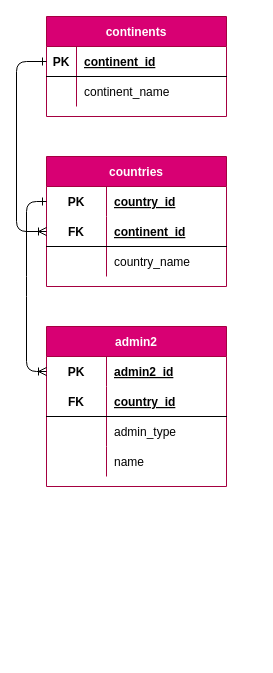
Before: page "model" (2 of 2) of mundo_ER.drawio in r3card0/mundo-octo-potato, a draw.io diagram. Source tidied: cells renumbered, new cells numbered last; positions are measured from the earlier drawing's top-left corner, leaving out a move shared by most shapes. Both pictures are drawn from the tidied source at 100%, with x=0, y=0 at pixel (16, 16).
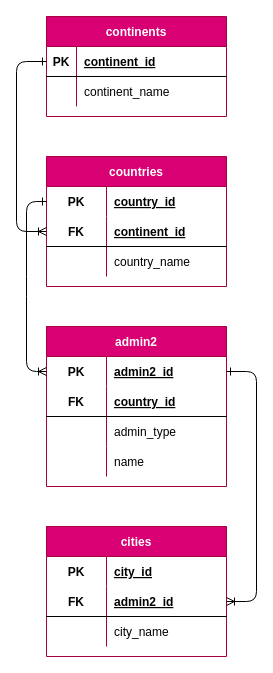
The same page after the edit.

Commit message:
cities model added

The change refers to these unchanged cells:
```xml
<mxCell id="20" style="shape=partialRectangle;fillColor=none;top=0;left=0;bottom=0;right=0;points=[[0,0.5],[1,0.5]];portConstraint=eastwest;" parent="19" vertex="1">
  <mxGeometry y="30" width="180" height="30" as="geometry" />
</mxCell>
```

Diff of the diagram source:
```diff
@@
+    <mxCell id="34" value="cities" style="shape=table;startSize=30;childLayout=tableLayout;rowLines=0;fontStyle=1;align=center;fillColor=#d80073;fontColor=#ffffff;strokeColor=#A50040;" parent="1" vertex="1">
+      <mxGeometry x="30" y="510" width="180" height="130" as="geometry" />
+    </mxCell>
+    <mxCell id="35" style="shape=partialRectangle;fillColor=none;top=0;left=0;bottom=0;right=0;" parent="34" vertex="1">
+      <mxGeometry y="30" width="180" height="30" as="geometry" />
+    </mxCell>
+    <mxCell id="36" value="PK" style="shape=partialRectangle;fillColor=none;top=0;left=0;bottom=0;right=0;fontStyle=1;overflow=hidden;" parent="35" vertex="1">
+      <mxGeometry width="60" height="30" as="geometry" />
+    </mxCell>
+    <mxCell id="37" value="city_id" style="shape=partialRectangle;fillColor=none;top=0;left=0;bottom=0;right=0;align=left;spacingLeft=6;fontStyle=5;overflow=hidden;" parent="35" vertex="1">
+      <mxGeometry x="60" width="120" height="30" as="geometry" />
+    </mxCell>
+    <mxCell id="38" style="shape=partialRectangle;fillColor=none;top=0;left=0;bottom=1;right=0;points=[[0,0.5],[1,0.5]];portConstraint=eastwest;" parent="34" vertex="1">
+      <mxGeometry y="60" width="180" height="30" as="geometry" />
+    </mxCell>
+    <mxCell id="39" value="FK" style="shape=partialRectangle;fillColor=none;top=0;left=0;bottom=0;right=0;fontStyle=1;overflow=hidden;" parent="38" vertex="1">
+      <mxGeometry width="60" height="30" as="geometry" />
+    </mxCell>
+    <mxCell id="40" value="admin2_id" style="shape=partialRectangle;fillColor=none;top=0;left=0;bottom=0;right=0;align=left;spacingLeft=6;fontStyle=5;overflow=hidden;" parent="38" vertex="1">
+      <mxGeometry x="60" width="120" height="30" as="geometry" />
+    </mxCell>
+    <mxCell id="41" style="shape=partialRectangle;fillColor=none;top=0;left=0;bottom=0;right=0;" parent="34" vertex="1">
+      <mxGeometry y="90" width="180" height="30" as="geometry" />
+    </mxCell>
+    <mxCell id="42" style="shape=partialRectangle;fillColor=none;top=0;left=0;bottom=0;right=0;overflow=hidden;" parent="41" vertex="1">
+      <mxGeometry width="60" height="30" as="geometry" />
+    </mxCell>
+    <mxCell id="43" value="city_name" style="shape=partialRectangle;fillColor=none;top=0;left=0;bottom=0;right=0;align=left;spacingLeft=6;overflow=hidden;" parent="41" vertex="1">
+      <mxGeometry x="60" width="120" height="30" as="geometry" />
+    </mxCell>
+    <mxCell id="44" style="edgeStyle=none;html=1;entryX=1;entryY=0.5;entryDx=0;entryDy=0;startArrow=ERone;startFill=0;endArrow=ERoneToMany;endFill=0;exitX=1;exitY=0.5;exitDx=0;exitDy=0;" parent="1" edge="1" source="20" target="38">
+      <mxGeometry relative="1" as="geometry">
+        <Array as="points">
+          <mxPoint x="240" y="355" />
+          <mxPoint x="240" y="585" />
+        </Array>
+      </mxGeometry>
+    </mxCell>
```
